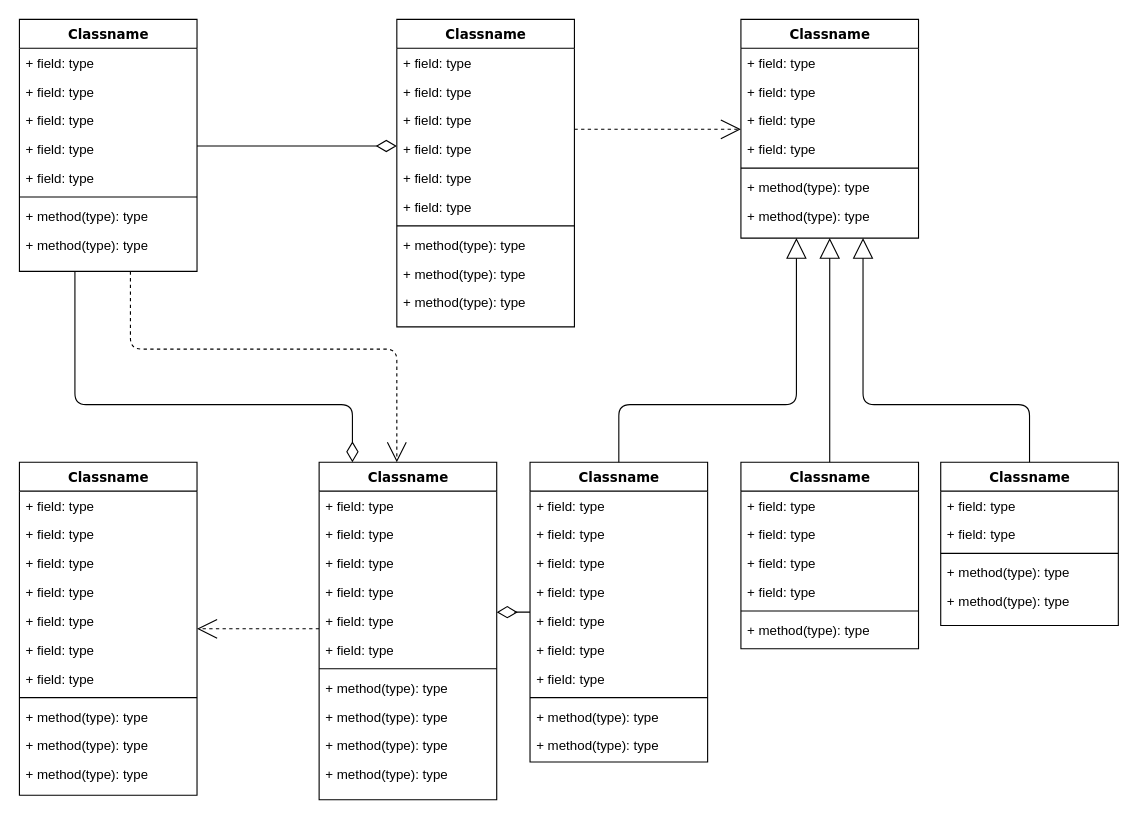
Before: editor/Untitled Diagram.drawio in ilamv/oc20, a draw.io diagram. Source tidied: cells renumbered, new cells numbered last; positions are measured from the earlier drawing's top-left corner, leaving out a move shared by most shapes. Both pictures are drawn from the tidied source at 111%, with x=0, y=0 at pixel (19, 19).
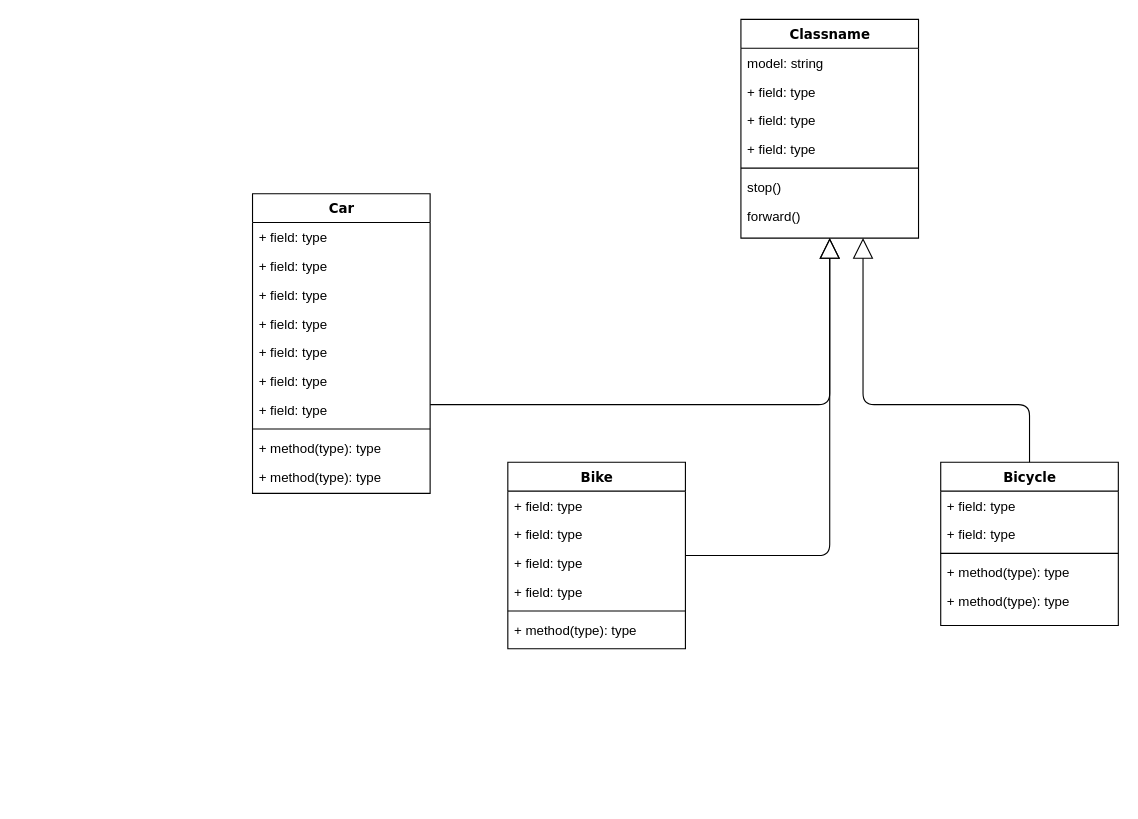
Above is the later version.

Unchanged cells that the change refers to:
```xml
<mxCell id="25" value="Classname" style="swimlane;html=1;fontStyle=1;align=center;verticalAlign=top;horizontal=1;startSize=26;swimlaneFillColor=#ffffff;rounded=0;shadow=0;comic=0;labelBackgroundColor=none;strokeWidth=1;fillColor=none;fontFamily=Verdana;fontSize=12;" parent="1" vertex="1">
  <mxGeometry x="650" width="160" height="197" as="geometry" />
</mxCell>
```

Change to the diagram source:
```diff
@@
-    <mxCell id="2" style="edgeStyle=orthogonalEdgeStyle;html=1;labelBackgroundColor=none;startFill=0;startSize=8;endArrow=open;endFill=0;endSize=16;fontFamily=Verdana;fontSize=12;dashed=1;" parent="1" edge="1" source="4" target="47">
-      <mxGeometry relative="1" as="geometry">
-        <Array as="points">
-          <mxPoint x="100" y="297" />
-          <mxPoint x="340" y="297" />
-        </Array>
-      </mxGeometry>
-    </mxCell>
-    <mxCell id="3" style="edgeStyle=orthogonalEdgeStyle;html=1;labelBackgroundColor=none;startFill=0;startSize=8;endArrow=diamondThin;endFill=0;endSize=16;fontFamily=Verdana;fontSize=12;" parent="1" edge="1" source="4" target="47">
-      <mxGeometry relative="1" as="geometry">
-        <Array as="points">
-          <mxPoint x="50" y="347" />
-          <mxPoint x="300" y="347" />
-        </Array>
-      </mxGeometry>
-    </mxCell>
-    <mxCell id="4" value="Classname" style="swimlane;html=1;fontStyle=1;align=center;verticalAlign=top;horizontal=1;startSize=26;swimlaneFillColor=#ffffff;rounded=0;shadow=0;comic=0;labelBackgroundColor=none;strokeWidth=1;fillColor=none;fontFamily=Verdana;fontSize=12;" parent="1" vertex="1">
-      <mxGeometry width="160" height="227" as="geometry" />
-    </mxCell>
-    <mxCell id="5" value="+ field: type" style="text;html=1;strokeColor=none;fillColor=none;align=left;verticalAlign=top;spacingLeft=4;spacingRight=4;whiteSpace=wrap;overflow=hidden;" parent="4" vertex="1">
-      <mxGeometry y="26" width="160" height="26" as="geometry" />
-    </mxCell>
-    <mxCell id="6" value="+ field: type" style="text;html=1;strokeColor=none;fillColor=none;align=left;verticalAlign=top;spacingLeft=4;spacingRight=4;whiteSpace=wrap;overflow=hidden;" parent="4" vertex="1">
-      <mxGeometry y="52" width="160" height="26" as="geometry" />
-    </mxCell>
-    <mxCell id="7" value="+ field: type" style="text;html=1;strokeColor=none;fillColor=none;align=left;verticalAlign=top;spacingLeft=4;spacingRight=4;whiteSpace=wrap;overflow=hidden;" parent="4" vertex="1">
-      <mxGeometry y="78" width="160" height="26" as="geometry" />
-    </mxCell>
-    <mxCell id="8" value="+ field: type" style="text;html=1;strokeColor=none;fillColor=none;align=left;verticalAlign=top;spacingLeft=4;spacingRight=4;whiteSpace=wrap;overflow=hidden;" parent="4" vertex="1">
-      <mxGeometry y="104" width="160" height="26" as="geometry" />
-    </mxCell>
-    <mxCell id="9" value="+ field: type" style="text;html=1;strokeColor=none;fillColor=none;align=left;verticalAlign=top;spacingLeft=4;spacingRight=4;whiteSpace=wrap;overflow=hidden;" parent="4" vertex="1">
-      <mxGeometry y="130" width="160" height="26" as="geometry" />
-    </mxCell>
-    <mxCell id="10" style="line;html=1;strokeWidth=1;fillColor=none;align=left;verticalAlign=middle;spacingTop=-1;spacingLeft=3;spacingRight=3;labelPosition=right;" parent="4" vertex="1">
-      <mxGeometry y="156" width="160" height="8" as="geometry" />
-    </mxCell>
-    <mxCell id="11" value="+ method(type): type" style="text;html=1;strokeColor=none;fillColor=none;align=left;verticalAlign=top;spacingLeft=4;spacingRight=4;whiteSpace=wrap;overflow=hidden;" parent="4" vertex="1">
-      <mxGeometry y="164" width="160" height="26" as="geometry" />
-    </mxCell>
-    <mxCell id="12" value="+ method(type): type" style="text;html=1;strokeColor=none;fillColor=none;align=left;verticalAlign=top;spacingLeft=4;spacingRight=4;whiteSpace=wrap;overflow=hidden;" parent="4" vertex="1">
-      <mxGeometry y="190" width="160" height="26" as="geometry" />
-    </mxCell>
-    <mxCell id="13" style="edgeStyle=elbowEdgeStyle;html=1;labelBackgroundColor=none;startFill=0;startSize=8;endArrow=open;endFill=0;endSize=16;fontFamily=Verdana;fontSize=12;elbow=vertical;dashed=1;" parent="1" edge="1" source="14" target="25">
-      <mxGeometry relative="1" as="geometry" />
-    </mxCell>
-    <mxCell id="14" value="Classname" style="swimlane;html=1;fontStyle=1;align=center;verticalAlign=top;horizontal=1;startSize=26;swimlaneFillColor=#ffffff;rounded=0;shadow=0;comic=0;labelBackgroundColor=none;strokeWidth=1;fillColor=none;fontFamily=Verdana;fontSize=12;" parent="1" vertex="1">
-      <mxGeometry x="340" width="160" height="277" as="geometry" />
-    </mxCell>
-    <mxCell id="15" value="+ field: type" style="text;html=1;strokeColor=none;fillColor=none;align=left;verticalAlign=top;spacingLeft=4;spacingRight=4;whiteSpace=wrap;overflow=hidden;" parent="14" vertex="1">
-      <mxGeometry y="26" width="160" height="26" as="geometry" />
-    </mxCell>
-    <mxCell id="16" value="+ field: type" style="text;html=1;strokeColor=none;fillColor=none;align=left;verticalAlign=top;spacingLeft=4;spacingRight=4;whiteSpace=wrap;overflow=hidden;" parent="14" vertex="1">
-      <mxGeometry y="52" width="160" height="26" as="geometry" />
-    </mxCell>
-    <mxCell id="17" value="+ field: type" style="text;html=1;strokeColor=none;fillColor=none;align=left;verticalAlign=top;spacingLeft=4;spacingRight=4;whiteSpace=wrap;overflow=hidden;" parent="14" vertex="1">
-      <mxGeometry y="78" width="160" height="26" as="geometry" />
-    </mxCell>
-    <mxCell id="18" value="+ field: type" style="text;html=1;strokeColor=none;fillColor=none;align=left;verticalAlign=top;spacingLeft=4;spacingRight=4;whiteSpace=wrap;overflow=hidden;" parent="14" vertex="1">
-      <mxGeometry y="104" width="160" height="26" as="geometry" />
-    </mxCell>
-    <mxCell id="19" value="+ field: type" style="text;html=1;strokeColor=none;fillColor=none;align=left;verticalAlign=top;spacingLeft=4;spacingRight=4;whiteSpace=wrap;overflow=hidden;" parent="14" vertex="1">
-      <mxGeometry y="130" width="160" height="26" as="geometry" />
-    </mxCell>
-    <mxCell id="20" value="+ field: type" style="text;html=1;strokeColor=none;fillColor=none;align=left;verticalAlign=top;spacingLeft=4;spacingRight=4;whiteSpace=wrap;overflow=hidden;" parent="14" vertex="1">
-      <mxGeometry y="156" width="160" height="26" as="geometry" />
-    </mxCell>
-    <mxCell id="21" style="line;html=1;strokeWidth=1;fillColor=none;align=left;verticalAlign=middle;spacingTop=-1;spacingLeft=3;spacingRight=3;labelPosition=right;" parent="14" vertex="1">
-      <mxGeometry y="182" width="160" height="8" as="geometry" />
-    </mxCell>
-    <mxCell id="22" value="+ method(type): type" style="text;html=1;strokeColor=none;fillColor=none;align=left;verticalAlign=top;spacingLeft=4;spacingRight=4;whiteSpace=wrap;overflow=hidden;" parent="14" vertex="1">
-      <mxGeometry y="190" width="160" height="26" as="geometry" />
-    </mxCell>
-    <mxCell id="23" value="+ method(type): type" style="text;html=1;strokeColor=none;fillColor=none;align=left;verticalAlign=top;spacingLeft=4;spacingRight=4;whiteSpace=wrap;overflow=hidden;" parent="14" vertex="1">
-      <mxGeometry y="216" width="160" height="26" as="geometry" />
-    </mxCell>
-    <mxCell id="24" value="+ method(type): type" style="text;html=1;strokeColor=none;fillColor=none;align=left;verticalAlign=top;spacingLeft=4;spacingRight=4;whiteSpace=wrap;overflow=hidden;" parent="14" vertex="1">
-      <mxGeometry y="242" width="160" height="26" as="geometry" />
-    </mxCell>
@@
-    <mxCell id="26" value="+ field: type" style="text;html=1;strokeColor=none;fillColor=none;align=left;verticalAlign=top;spacingLeft=4;spacingRight=4;whiteSpace=wrap;overflow=hidden;" parent="25" vertex="1">
+    <mxCell id="26" value="model: string" style="text;html=1;strokeColor=none;fillColor=none;align=left;verticalAlign=top;spacingLeft=4;spacingRight=4;whiteSpace=wrap;overflow=hidden;" parent="25" vertex="1">
       <mxGeometry y="26" width="160" height="26" as="geometry" />
     </mxCell>
@@
-    <mxCell id="31" value="+ method(type): type" style="text;html=1;strokeColor=none;fillColor=none;align=left;verticalAlign=top;spacingLeft=4;spacingRight=4;whiteSpace=wrap;overflow=hidden;" parent="25" vertex="1">
+    <mxCell id="31" value="stop()" style="text;html=1;strokeColor=none;fillColor=none;align=left;verticalAlign=top;spacingLeft=4;spacingRight=4;whiteSpace=wrap;overflow=hidden;" parent="25" vertex="1">
       <mxGeometry y="138" width="160" height="26" as="geometry" />
     </mxCell>
-    <mxCell id="32" value="+ method(type): type" style="text;html=1;strokeColor=none;fillColor=none;align=left;verticalAlign=top;spacingLeft=4;spacingRight=4;whiteSpace=wrap;overflow=hidden;" parent="25" vertex="1">
+    <mxCell id="32" value="forward()" style="text;html=1;strokeColor=none;fillColor=none;align=left;verticalAlign=top;spacingLeft=4;spacingRight=4;whiteSpace=wrap;overflow=hidden;" parent="25" vertex="1">
       <mxGeometry y="164" width="160" height="26" as="geometry" />
     </mxCell>
-    <mxCell id="33" style="edgeStyle=elbowEdgeStyle;html=1;labelBackgroundColor=none;startFill=0;startSize=8;endArrow=open;endFill=0;endSize=16;fontFamily=Verdana;fontSize=12;elbow=vertical;dashed=1;" parent="1" edge="1" source="47" target="34">
-      <mxGeometry relative="1" as="geometry" />
-    </mxCell>
-    <mxCell id="34" value="Classname" style="swimlane;html=1;fontStyle=1;align=center;verticalAlign=top;horizontal=1;startSize=26;swimlaneFillColor=#ffffff;rounded=0;shadow=0;comic=0;labelBackgroundColor=none;strokeWidth=1;fillColor=none;fontFamily=Verdana;fontSize=12;" parent="1" vertex="1">
-      <mxGeometry y="399" width="160" height="300" as="geometry" />
-    </mxCell>
-    <mxCell id="35" value="+ field: type" style="text;html=1;strokeColor=none;fillColor=none;align=left;verticalAlign=top;spacingLeft=4;spacingRight=4;whiteSpace=wrap;overflow=hidden;" parent="34" vertex="1">
-      <mxGeometry y="26" width="160" height="26" as="geometry" />
-    </mxCell>
-    <mxCell id="36" value="+ field: type" style="text;html=1;strokeColor=none;fillColor=none;align=left;verticalAlign=top;spacingLeft=4;spacingRight=4;whiteSpace=wrap;overflow=hidden;" parent="34" vertex="1">
-      <mxGeometry y="52" width="160" height="26" as="geometry" />
-    </mxCell>
-    <mxCell id="37" value="+ field: type" style="text;html=1;strokeColor=none;fillColor=none;align=left;verticalAlign=top;spacingLeft=4;spacingRight=4;whiteSpace=wrap;overflow=hidden;" parent="34" vertex="1">
-      <mxGeometry y="78" width="160" height="26" as="geometry" />
-    </mxCell>
-    <mxCell id="38" value="+ field: type" style="text;html=1;strokeColor=none;fillColor=none;align=left;verticalAlign=top;spacingLeft=4;spacingRight=4;whiteSpace=wrap;overflow=hidden;" parent="34" vertex="1">
-      <mxGeometry y="104" width="160" height="26" as="geometry" />
-    </mxCell>
-    <mxCell id="39" value="+ field: type" style="text;html=1;strokeColor=none;fillColor=none;align=left;verticalAlign=top;spacingLeft=4;spacingRight=4;whiteSpace=wrap;overflow=hidden;" parent="34" vertex="1">
-      <mxGeometry y="130" width="160" height="26" as="geometry" />
-    </mxCell>
-    <mxCell id="40" value="+ field: type" style="text;html=1;strokeColor=none;fillColor=none;align=left;verticalAlign=top;spacingLeft=4;spacingRight=4;whiteSpace=wrap;overflow=hidden;" parent="34" vertex="1">
-      <mxGeometry y="156" width="160" height="26" as="geometry" />
-    </mxCell>
-    <mxCell id="41" value="+ field: type" style="text;html=1;strokeColor=none;fillColor=none;align=left;verticalAlign=top;spacingLeft=4;spacingRight=4;whiteSpace=wrap;overflow=hidden;" parent="34" vertex="1">
-      <mxGeometry y="182" width="160" height="26" as="geometry" />
-    </mxCell>
-    <mxCell id="42" style="line;html=1;strokeWidth=1;fillColor=none;align=left;verticalAlign=middle;spacingTop=-1;spacingLeft=3;spacingRight=3;labelPosition=right;" parent="34" vertex="1">
-      <mxGeometry y="208" width="160" height="8" as="geometry" />
-    </mxCell>
-    <mxCell id="43" value="+ method(type): type" style="text;html=1;strokeColor=none;fillColor=none;align=left;verticalAlign=top;spacingLeft=4;spacingRight=4;whiteSpace=wrap;overflow=hidden;" parent="34" vertex="1">
-      <mxGeometry y="216" width="160" height="26" as="geometry" />
-    </mxCell>
-    <mxCell id="44" value="+ method(type): type" style="text;html=1;strokeColor=none;fillColor=none;align=left;verticalAlign=top;spacingLeft=4;spacingRight=4;whiteSpace=wrap;overflow=hidden;" parent="34" vertex="1">
-      <mxGeometry y="242" width="160" height="26" as="geometry" />
-    </mxCell>
-    <mxCell id="45" value="+ method(type): type" style="text;html=1;strokeColor=none;fillColor=none;align=left;verticalAlign=top;spacingLeft=4;spacingRight=4;whiteSpace=wrap;overflow=hidden;" parent="34" vertex="1">
-      <mxGeometry y="268" width="160" height="26" as="geometry" />
-    </mxCell>
-    <mxCell id="46" style="edgeStyle=elbowEdgeStyle;html=1;labelBackgroundColor=none;startFill=0;startSize=8;endArrow=diamondThin;endFill=0;endSize=16;fontFamily=Verdana;fontSize=12;elbow=vertical;" parent="1" edge="1" source="60" target="47">
-      <mxGeometry relative="1" as="geometry" />
-    </mxCell>
-    <mxCell id="47" value="Classname" style="swimlane;html=1;fontStyle=1;align=center;verticalAlign=top;horizontal=1;startSize=26;swimlaneFillColor=#ffffff;rounded=0;shadow=0;comic=0;labelBackgroundColor=none;strokeWidth=1;fillColor=none;fontFamily=Verdana;fontSize=12;" parent="1" vertex="1">
-      <mxGeometry x="270" y="399" width="160" height="304" as="geometry" />
-    </mxCell>
-    <mxCell id="48" value="+ field: type" style="text;html=1;strokeColor=none;fillColor=none;align=left;verticalAlign=top;spacingLeft=4;spacingRight=4;whiteSpace=wrap;overflow=hidden;" parent="47" vertex="1">
-      <mxGeometry y="26" width="160" height="26" as="geometry" />
-    </mxCell>
-    <mxCell id="49" value="+ field: type" style="text;html=1;strokeColor=none;fillColor=none;align=left;verticalAlign=top;spacingLeft=4;spacingRight=4;whiteSpace=wrap;overflow=hidden;" parent="47" vertex="1">
-      <mxGeometry y="52" width="160" height="26" as="geometry" />
-    </mxCell>
-    <mxCell id="50" value="+ field: type" style="text;html=1;strokeColor=none;fillColor=none;align=left;verticalAlign=top;spacingLeft=4;spacingRight=4;whiteSpace=wrap;overflow=hidden;" parent="47" vertex="1">
-      <mxGeometry y="78" width="160" height="26" as="geometry" />
-    </mxCell>
-    <mxCell id="51" value="+ field: type" style="text;html=1;strokeColor=none;fillColor=none;align=left;verticalAlign=top;spacingLeft=4;spacingRight=4;whiteSpace=wrap;overflow=hidden;" parent="47" vertex="1">
-      <mxGeometry y="104" width="160" height="26" as="geometry" />
-    </mxCell>
-    <mxCell id="52" value="+ field: type" style="text;html=1;strokeColor=none;fillColor=none;align=left;verticalAlign=top;spacingLeft=4;spacingRight=4;whiteSpace=wrap;overflow=hidden;" parent="47" vertex="1">
-      <mxGeometry y="130" width="160" height="26" as="geometry" />
-    </mxCell>
-    <mxCell id="53" value="+ field: type" style="text;html=1;strokeColor=none;fillColor=none;align=left;verticalAlign=top;spacingLeft=4;spacingRight=4;whiteSpace=wrap;overflow=hidden;" parent="47" vertex="1">
-      <mxGeometry y="156" width="160" height="26" as="geometry" />
-    </mxCell>
-    <mxCell id="54" style="line;html=1;strokeWidth=1;fillColor=none;align=left;verticalAlign=middle;spacingTop=-1;spacingLeft=3;spacingRight=3;labelPosition=right;" parent="47" vertex="1">
-      <mxGeometry y="182" width="160" height="8" as="geometry" />
-    </mxCell>
-    <mxCell id="55" value="+ method(type): type" style="text;html=1;strokeColor=none;fillColor=none;align=left;verticalAlign=top;spacingLeft=4;spacingRight=4;whiteSpace=wrap;overflow=hidden;" parent="47" vertex="1">
-      <mxGeometry y="190" width="160" height="26" as="geometry" />
-    </mxCell>
-    <mxCell id="56" value="+ method(type): type" style="text;html=1;strokeColor=none;fillColor=none;align=left;verticalAlign=top;spacingLeft=4;spacingRight=4;whiteSpace=wrap;overflow=hidden;" parent="47" vertex="1">
-      <mxGeometry y="216" width="160" height="26" as="geometry" />
-    </mxCell>
-    <mxCell id="57" value="+ method(type): type" style="text;html=1;strokeColor=none;fillColor=none;align=left;verticalAlign=top;spacingLeft=4;spacingRight=4;whiteSpace=wrap;overflow=hidden;" parent="47" vertex="1">
-      <mxGeometry y="242" width="160" height="26" as="geometry" />
-    </mxCell>
-    <mxCell id="58" value="+ method(type): type" style="text;html=1;strokeColor=none;fillColor=none;align=left;verticalAlign=top;spacingLeft=4;spacingRight=4;whiteSpace=wrap;overflow=hidden;" parent="47" vertex="1">
-      <mxGeometry y="268" width="160" height="26" as="geometry" />
-    </mxCell>
@@
-    <mxCell id="60" value="Classname" style="swimlane;html=1;fontStyle=1;align=center;verticalAlign=top;horizontal=1;startSize=26;swimlaneFillColor=#ffffff;rounded=0;shadow=0;comic=0;labelBackgroundColor=none;strokeWidth=1;fillColor=none;fontFamily=Verdana;fontSize=12;" parent="1" vertex="1">
-      <mxGeometry x="460" y="399" width="160" height="270" as="geometry" />
+    <mxCell id="60" value="Car" style="swimlane;html=1;fontStyle=1;align=center;verticalAlign=top;horizontal=1;startSize=26;swimlaneFillColor=#ffffff;rounded=0;shadow=0;comic=0;labelBackgroundColor=none;strokeWidth=1;fillColor=none;fontFamily=Verdana;fontSize=12;" parent="1" vertex="1">
+      <mxGeometry x="210" y="157" width="160" height="270" as="geometry" />
     </mxCell>
@@
-    <mxCell id="72" value="Classname" style="swimlane;html=1;fontStyle=1;align=center;verticalAlign=top;horizontal=1;startSize=26;swimlaneFillColor=#ffffff;rounded=0;shadow=0;comic=0;labelBackgroundColor=none;strokeWidth=1;fillColor=none;fontFamily=Verdana;fontSize=12;" parent="1" vertex="1">
-      <mxGeometry x="650" y="399" width="160" height="168" as="geometry" />
+    <mxCell id="72" value="Bike" style="swimlane;html=1;fontStyle=1;align=center;verticalAlign=top;horizontal=1;startSize=26;swimlaneFillColor=#ffffff;rounded=0;shadow=0;comic=0;labelBackgroundColor=none;strokeWidth=1;fillColor=none;fontFamily=Verdana;fontSize=12;" parent="1" vertex="1">
+      <mxGeometry x="440" y="399" width="160" height="168" as="geometry" />
     </mxCell>
@@
-    <mxCell id="80" value="Classname" style="swimlane;html=1;fontStyle=1;align=center;verticalAlign=top;horizontal=1;startSize=26;swimlaneFillColor=#ffffff;rounded=0;shadow=0;comic=0;labelBackgroundColor=none;strokeWidth=1;fillColor=none;fontFamily=Verdana;fontSize=12;" parent="1" vertex="1">
+    <mxCell id="80" value="Bicycle" style="swimlane;html=1;fontStyle=1;align=center;verticalAlign=top;horizontal=1;startSize=26;swimlaneFillColor=#ffffff;rounded=0;shadow=0;comic=0;labelBackgroundColor=none;strokeWidth=1;fillColor=none;fontFamily=Verdana;fontSize=12;" parent="1" vertex="1">
       <mxGeometry x="830" y="399" width="160" height="147" as="geometry" />
     </mxCell>
@@
-    <mxCell id="86" style="edgeStyle=elbowEdgeStyle;html=1;labelBackgroundColor=none;startFill=0;startSize=8;endArrow=diamondThin;endFill=0;endSize=16;fontFamily=Verdana;fontSize=12;elbow=vertical;" parent="1" edge="1" source="4" target="14">
-      <mxGeometry relative="1" as="geometry" />
-    </mxCell>
```
